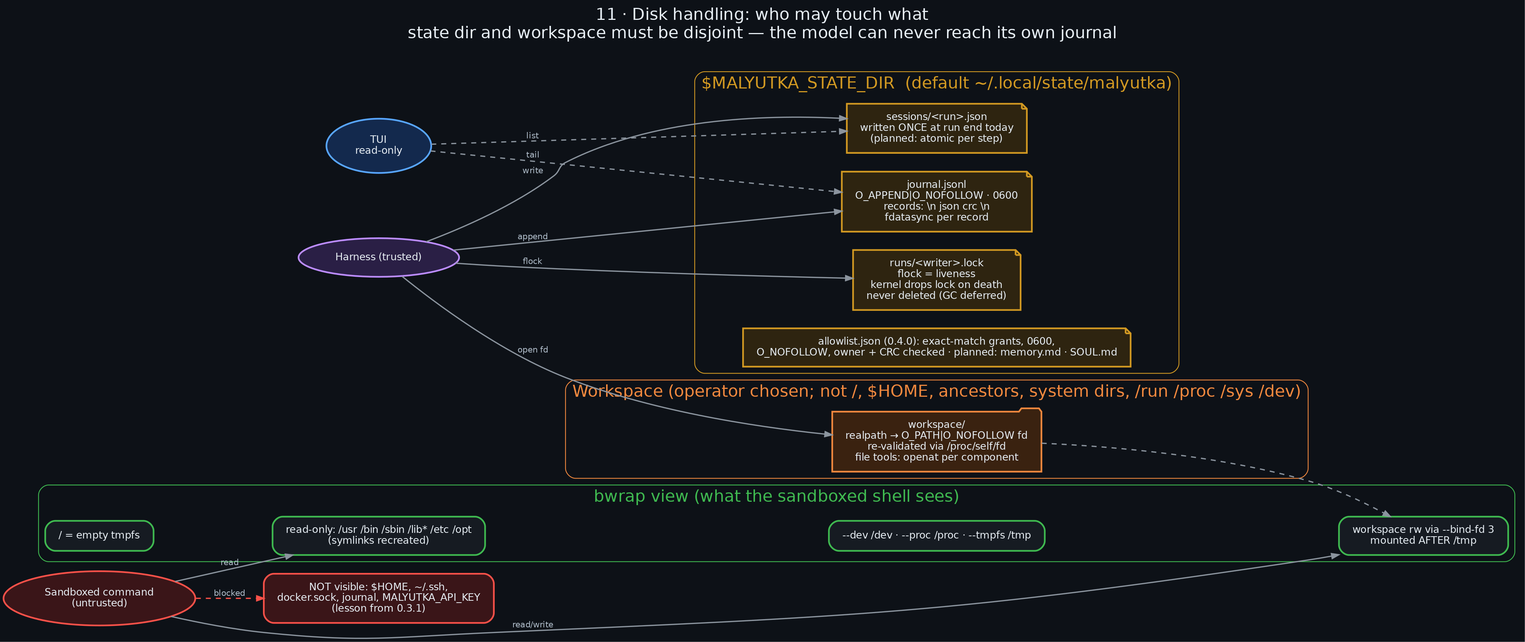
Above: docs/diagrams/11_disk_handling.png in danindiana/malyutka (Graphviz), before the change. Its source is kept beside it as docs/diagrams/11_disk_handling.dot.
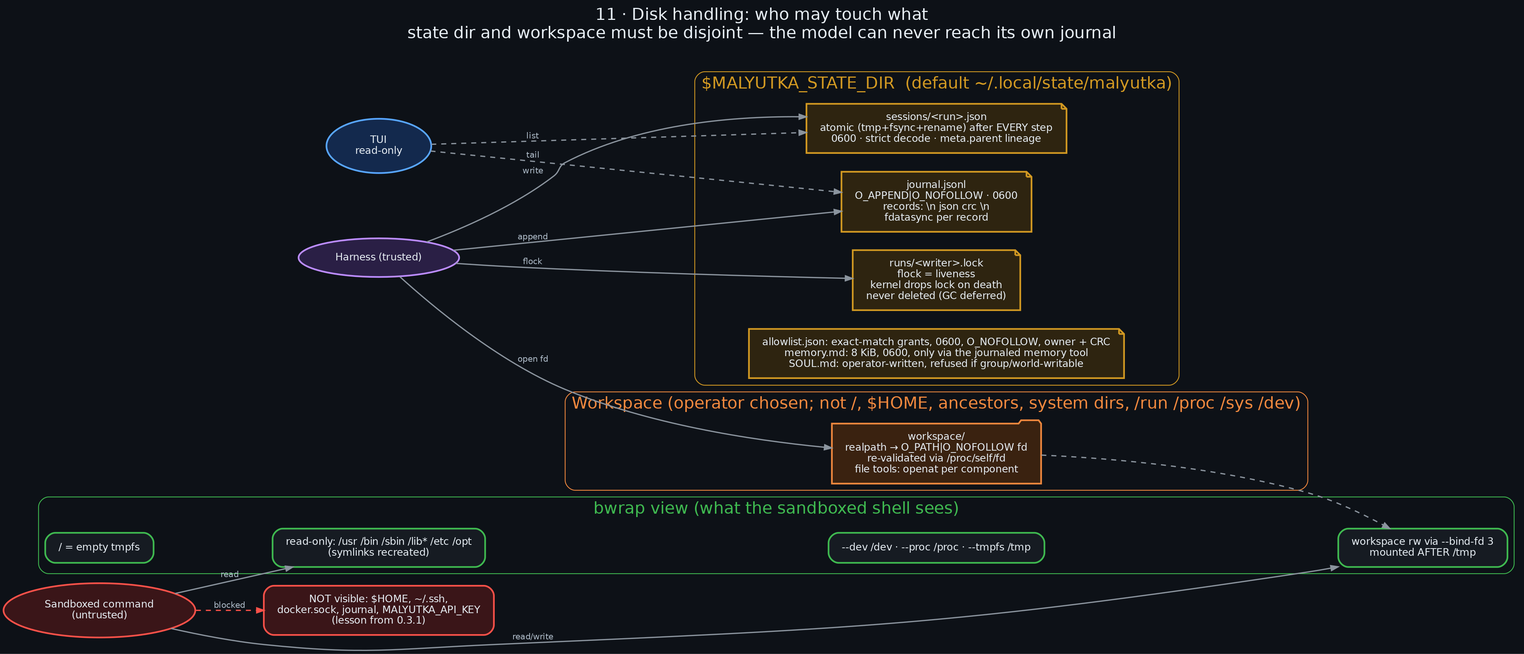
The same file after the commit.

The edit, as a diff of the source:
```diff
@@ -8,8 +8,8 @@
         label="$MALYUTKA_STATE_DIR  (default ~/.local/state/malyutka)"; fontcolor="#d29922"; color="#d29922"; style="rounded";
         journal [label="journal.jsonl\nO_APPEND|O_NOFOLLOW · 0600\nrecords: \\n json crc \\n\nfdatasync per record", shape=note, color="#d29922", fillcolor="#2e2410"];
         locks [label="runs/<writer>.lock\nflock = liveness\nkernel drops lock on death\nnever deleted (GC deferred)", shape=note, color="#d29922", fillcolor="#2e2410"];
-        sessions [label="sessions/<run>.json\nwritten ONCE at run end today\n(planned: atomic per step)", shape=note, color="#d29922", fillcolor="#2e2410"];
-        allow [label="allowlist.json (0.4.0): exact-match grants, 0600,\nO_NOFOLLOW, owner + CRC checked · planned: memory.md · SOUL.md", shape=note, color="#d29922", fillcolor="#2e2410"];
+        sessions [label="sessions/<run>.json\natomic (tmp+fsync+rename) after EVERY step\n0600 · strict decode · meta.parent lineage", shape=note, color="#d29922", fillcolor="#2e2410"];
+        allow [label="allowlist.json: exact-match grants, 0600, O_NOFOLLOW, owner + CRC\nmemory.md: 8 KiB, 0600, only via the journaled memory tool\nSOUL.md: operator-written, refused if group/world-writable", shape=note, color="#d29922", fillcolor="#2e2410"];
     }
     subgraph cluster_ws {
         label="Workspace (operator chosen; not /, $HOME, ancestors, system dirs, /run /proc /sys /dev)"; fontcolor="#f0883e"; color="#f0883e"; style="rounded";
```
